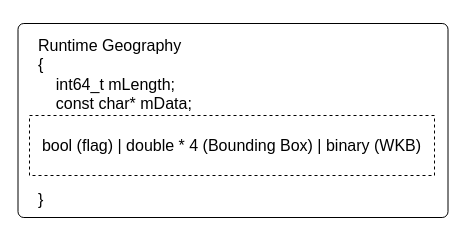
Before: page "Page-5" (5 of 13) of geofuncs.drawio in shinyano/drawio, a draw.io diagram. Source tidied: cells renumbered, new cells numbered last; positions are measured from the earlier drawing's top-left corner, leaving out a move shared by most shapes. Both pictures are drawn from the tidied source at 100%, with x=0, y=0 at pixel (17, 23).
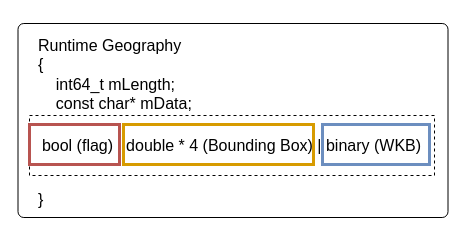
Above is the later version.

What changed in the source:
```diff
@@
 <mxGraphModel>
   <root>
     <mxCell id="0" />
     <mxCell id="1" parent="0" />
     <mxCell id="2" value="&lt;div&gt;&lt;br&gt;&lt;/div&gt;&lt;div&gt;Runtime Geography&lt;br&gt;&lt;/div&gt;&lt;div&gt;&lt;font&gt;{&lt;/font&gt;&lt;/div&gt;&lt;div&gt;&amp;nbsp; &amp;nbsp; &lt;font&gt;&lt;span style=&quot;white-space: pre;&quot;&gt;int64_t mLength;&lt;br&gt;    const char* mData;&lt;/span&gt;&lt;/font&gt;&lt;/div&gt;&lt;div&gt;&lt;font&gt;&lt;span style=&quot;white-space: pre;&quot;&gt;&lt;br&gt;&lt;/span&gt;&lt;/font&gt;&lt;/div&gt;&lt;div&gt;&lt;font&gt;&lt;span style=&quot;white-space: pre;&quot;&gt;&lt;br&gt;&lt;/span&gt;&lt;/font&gt;&lt;/div&gt;&lt;div&gt;&lt;br&gt;&lt;/div&gt;&lt;div&gt;&lt;br&gt;&lt;/div&gt;&lt;div&gt;&lt;font&gt;}&lt;/font&gt;&lt;/div&gt;&lt;div&gt;&lt;font&gt;&lt;div&gt;&lt;br&gt;&lt;/div&gt;&lt;/font&gt;&lt;/div&gt;" style="rounded=1;whiteSpace=wrap;html=1;fontSize=16;spacing=0;verticalAlign=top;align=left;spacingTop=-11;spacingLeft=20;gradientColor=none;glass=0;arcSize=3;fillColor=light-dark(#ffffff, #ededed);" parent="1" vertex="1">
       <mxGeometry x="0.5" width="430" height="194" as="geometry" />
     </mxCell>
     <mxCell id="3" value="bool (flag) | double * 4 (Bounding Box) | binary (WKB)" style="rounded=0;whiteSpace=wrap;html=1;dashed=1;fontSize=16;" parent="1" vertex="1">
       <mxGeometry x="12" y="92" width="405" height="60" as="geometry" />
     </mxCell>
+    <mxCell id="4" style="rounded=0;whiteSpace=wrap;html=1;fillColor=none;strokeColor=#b85450;strokeWidth=3;" parent="1" vertex="1">
+      <mxGeometry x="12" y="101" width="90" height="40" as="geometry" />
+    </mxCell>
+    <mxCell id="5" style="rounded=0;whiteSpace=wrap;html=1;fillColor=none;strokeColor=#d79b00;strokeWidth=3;" parent="1" vertex="1">
+      <mxGeometry x="106" y="101" width="190" height="40" as="geometry" />
+    </mxCell>
+    <mxCell id="6" style="rounded=0;whiteSpace=wrap;html=1;fillColor=none;strokeColor=#6c8ebf;strokeWidth=3;" parent="1" vertex="1">
+      <mxGeometry x="305" y="101" width="107" height="40" as="geometry" />
+    </mxCell>
   </root>
 </mxGraphModel>
```
